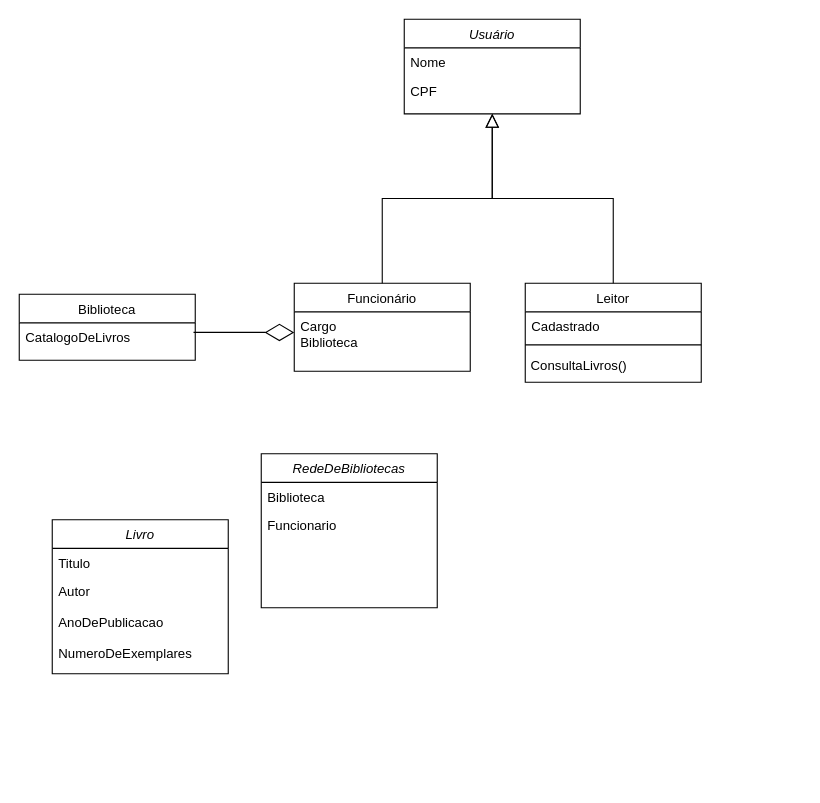
Earlier version of the draw.io diagram Diagrama sem nome.drawio (ValberOIiveira/Digix). Source tidied: cells renumbered, new cells numbered last; positions are measured from the earlier drawing's top-left corner, leaving out a move shared by most shapes. Both pictures are drawn from the tidied source at 110%, with x=0, y=0 at pixel (19, 19).
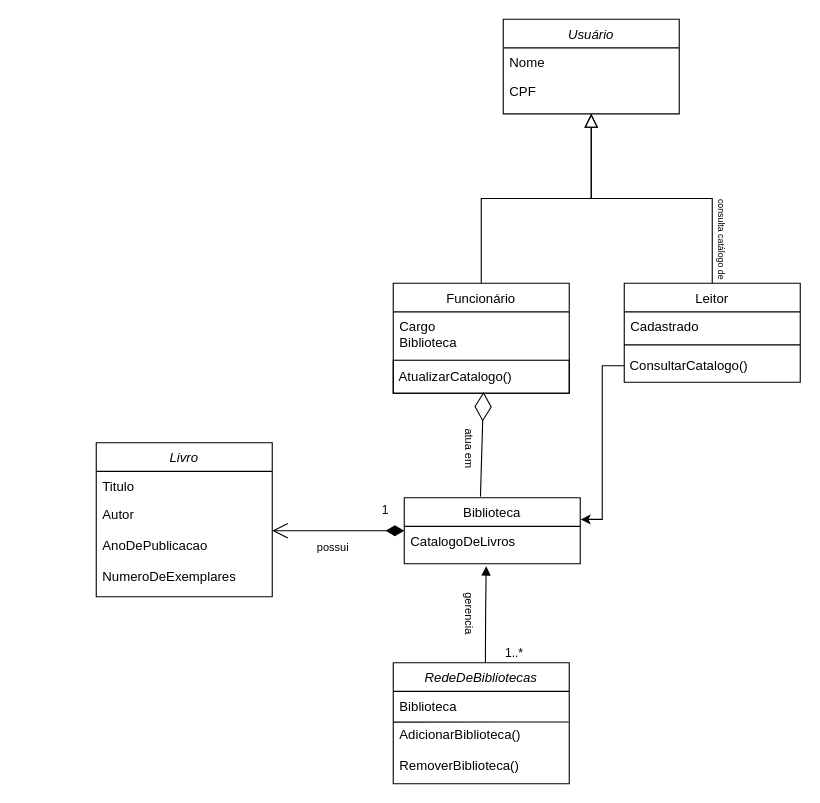
The same diagram, later.

Unchanged cells that the change refers to:
```xml
<mxCell id="16" value="CatalogoDeLivros" style="text;align=left;verticalAlign=top;spacingLeft=4;spacingRight=4;overflow=hidden;points=[[0,0.5],[1,0.5]];portConstraint=eastwest;" parent="15" vertex="1">
  <mxGeometry y="26" width="160" height="26" as="geometry" />
</mxCell>
<mxCell id="20" value="Autor&#10;&#10;AnoDePublicacao&#10;&#10;NumeroDeExemplares" style="text;align=left;verticalAlign=top;spacingLeft=4;spacingRight=4;overflow=hidden;points=[[0,0.5],[1,0.5]];portConstraint=eastwest;rounded=0;shadow=0;html=0;" parent="18" vertex="1">
  <mxGeometry y="52" width="160" height="88" as="geometry" />
</mxCell>
```

The edit, as a diff of the source:
```diff
@@
     <mxCell id="2" value="Usuário" style="swimlane;fontStyle=2;align=center;verticalAlign=top;horizontal=1;startSize=26;rounded=0;shadow=0;strokeWidth=1;swimlaneLine=1;" parent="1" vertex="1">
-      <mxGeometry x="350" width="160" height="86" as="geometry" />
+      <mxGeometry x="440" width="160" height="86" as="geometry" />
     </mxCell>
@@
     <mxCell id="6" value="Funcionário" style="swimlane;fontStyle=0;align=center;verticalAlign=top;horizontal=1;startSize=26;rounded=0;shadow=0;strokeWidth=1;" parent="1" vertex="1">
-      <mxGeometry x="250" y="240" width="160" height="80" as="geometry" />
+      <mxGeometry x="340" y="240" width="160" height="100" as="geometry" />
     </mxCell>
@@
+    <mxCell id="27" value="&amp;nbsp;AtualizarCatalogo()" style="text;html=1;align=left;verticalAlign=middle;points=[];strokeColor=default;fillColor=none;" parent="6" vertex="1">
+      <mxGeometry y="70" width="160" height="30" as="geometry" />
+    </mxCell>
@@
     <mxCell id="10" value="Leitor" style="swimlane;fontStyle=0;align=center;verticalAlign=top;horizontal=1;startSize=26;rounded=0;shadow=0;strokeWidth=1;" parent="1" vertex="1">
-      <mxGeometry x="460" y="240" width="160" height="90" as="geometry" />
+      <mxGeometry x="550" y="240" width="160" height="90" as="geometry" />
     </mxCell>
@@
-    <mxCell id="13" value="&amp;nbsp;ConsultaLivros()" style="text;html=1;align=left;verticalAlign=middle;points=[];strokeColor=none;fillColor=none;" parent="10" vertex="1">
+    <mxCell id="13" value="&amp;nbsp;ConsultarCatalogo()" style="text;html=1;align=left;verticalAlign=middle;points=[];strokeColor=none;fillColor=none;" parent="10" vertex="1">
       <mxGeometry y="60" width="160" height="30" as="geometry" />
     </mxCell>
@@
     <mxCell id="15" value="Biblioteca" style="swimlane;fontStyle=0;align=center;verticalAlign=top;horizontal=1;startSize=26;rounded=0;shadow=0;strokeWidth=1;" parent="1" vertex="1">
-      <mxGeometry y="250" width="160" height="60" as="geometry" />
+      <mxGeometry x="350" y="435" width="160" height="60" as="geometry" />
     </mxCell>
@@
     <mxCell id="18" value="Livro" style="swimlane;fontStyle=2;align=center;verticalAlign=top;horizontal=1;startSize=26;rounded=0;shadow=0;strokeWidth=1;swimlaneLine=1;" parent="1" vertex="1">
-      <mxGeometry x="30" y="455" width="160" height="140" as="geometry" />
+      <mxGeometry x="70" y="385" width="160" height="140" as="geometry" />
     </mxCell>
@@
-    <mxCell id="22" style="endArrow=diamondThin;endFill=0;endSize=24;html=1;rounded=0;exitX=0.99;exitY=0.333;exitDx=0;exitDy=0;exitPerimeter=0;" parent="1" edge="1" source="16">
-      <mxGeometry relative="1" as="geometry">
-        <mxPoint x="250" y="284.7" as="targetPoint" />
-      </mxGeometry>
+    <mxCell id="22" style="endArrow=diamondThin;endFill=0;endSize=24;html=1;rounded=0;exitX=0.433;exitY=-0.017;exitDx=0;exitDy=0;exitPerimeter=0;entryX=0.513;entryY=0.96;entryDx=0;entryDy=0;entryPerimeter=0;" parent="1" edge="1" source="15" target="27">
+      <mxGeometry relative="1" as="geometry" />
     </mxCell>
-    <mxCell id="23" value="RedeDeBibliotecas" style="swimlane;fontStyle=2;align=center;verticalAlign=top;horizontal=1;startSize=26;rounded=0;shadow=0;strokeWidth=1;swimlaneLine=1;" parent="1" vertex="1">
-      <mxGeometry x="220" y="395" width="160" height="140" as="geometry" />
+    <mxCell id="23" value="RedeDeBibliotecas" style="swimlane;fontStyle=2;align=center;verticalAlign=top;horizontal=1;startSize=26;rounded=0;shadow=0;strokeWidth=1;swimlaneLine=1;strokeColor=default;" parent="1" vertex="1">
+      <mxGeometry x="340" y="585" width="160" height="110" as="geometry" />
     </mxCell>
@@
-    <mxCell id="25" value="Funcionario&#10;&#10;&#10;&#10;" style="text;align=left;verticalAlign=top;spacingLeft=4;spacingRight=4;overflow=hidden;rounded=0;shadow=0;html=0;" parent="23" vertex="1">
-      <mxGeometry y="52" width="160" height="28" as="geometry" />
-    </mxCell>
     <mxCell id="26" style="line;html=1;strokeWidth=1;align=left;verticalAlign=middle;spacingTop=-1;spacingLeft=3;spacingRight=3;labelPosition=right;strokeColor=none;" parent="23" vertex="1">
-      <mxGeometry y="80" width="160" as="geometry" />
+      <mxGeometry y="52" width="160" as="geometry" />
     </mxCell>
+    <mxCell id="28" value="AdicionarBiblioteca()&#10;&#10;RemoverBiblioteca()" style="text;align=left;verticalAlign=top;spacingLeft=4;spacingRight=4;overflow=hidden;points=[[0,0.5],[1,0.5]];portConstraint=eastwest;rounded=0;shadow=0;html=0;strokeColor=none;" parent="23" vertex="1">
+      <mxGeometry y="52" width="160" height="50" as="geometry" />
+    </mxCell>
+    <mxCell id="29" style="endArrow=none;html=1;rounded=0;entryX=0.996;entryY=0.037;entryDx=0;entryDy=0;entryPerimeter=0;" parent="23" edge="1" target="28">
+      <mxGeometry relative="1" as="geometry">
+        <mxPoint y="54" as="sourcePoint" />
+      </mxGeometry>
+    </mxCell>
+    <mxCell id="30" style="endArrow=block;endFill=1;html=1;edgeStyle=orthogonalEdgeStyle;align=left;verticalAlign=top;rounded=0;entryX=0.5;entryY=1;entryDx=0;entryDy=0;exitX=0.524;exitY=-0.007;exitDx=0;exitDy=0;exitPerimeter=0;" parent="1" edge="1" source="23">
+      <mxGeometry x="-1" relative="1" as="geometry">
+        <mxPoint x="424.5" y="497.2" as="targetPoint" />
+        <Array as="points">
+          <mxPoint x="424" y="576" />
+          <mxPoint x="424" y="537" />
+          <mxPoint x="425" y="537" />
+        </Array>
+      </mxGeometry>
+    </mxCell>
+    <mxCell id="31" value="1..*" style="edgeLabel;html=1;align=left;verticalAlign=bottom;" parent="30" vertex="1">
+      <mxGeometry x="-1" relative="1" as="geometry">
+        <mxPoint x="16" as="offset" />
+      </mxGeometry>
+    </mxCell>
+    <mxCell id="32" value="1" style="endArrow=open;html=1;endSize=12;startArrow=diamondThin;startSize=14;startFill=1;edgeStyle=orthogonalEdgeStyle;align=left;verticalAlign=bottom;rounded=0;" parent="1" edge="1" source="16" target="20">
+      <mxGeometry x="-0.64" y="-10" relative="1" as="geometry">
+        <Array as="points">
+          <mxPoint x="320" y="465" />
+          <mxPoint x="320" y="465" />
+        </Array>
+      </mxGeometry>
+    </mxCell>
+    <mxCell id="33" value="&lt;font style=&quot;font-size: 10px;&quot;&gt;possui&lt;/font&gt;" style="text;html=1;align=center;verticalAlign=middle;strokeColor=none;fillColor=none;rotation=0;" parent="1" vertex="1">
+      <mxGeometry x="260" y="465" width="50" height="30" as="geometry" />
+    </mxCell>
+    <mxCell id="34" value="&lt;font style=&quot;font-size: 10px;&quot;&gt;atua em&lt;/font&gt;" style="text;html=1;align=center;verticalAlign=middle;strokeColor=none;fillColor=none;rotation=90;" parent="1" vertex="1">
+      <mxGeometry x="380" y="375" width="60" height="30" as="geometry" />
+    </mxCell>
+    <mxCell id="35" value="&lt;font style=&quot;font-size: 10px;&quot;&gt;gerencia&lt;/font&gt;" style="text;html=1;align=center;verticalAlign=middle;strokeColor=none;fillColor=none;rotation=90;" parent="1" vertex="1">
+      <mxGeometry x="380" y="525" width="60" height="30" as="geometry" />
+    </mxCell>
+    <mxCell id="36" value="&lt;font style=&quot;font-size: 8px;&quot;&gt;consulta catálogo de&lt;/font&gt;" style="text;html=1;align=center;verticalAlign=middle;strokeColor=none;fillColor=none;rotation=90;" parent="1" vertex="1">
+      <mxGeometry x="590" y="185" width="100" height="30" as="geometry" />
+    </mxCell>
+    <mxCell id="37" style="edgeStyle=orthogonalEdgeStyle;rounded=0;jettySize=auto;html=1;entryX=1.003;entryY=0.328;entryDx=0;entryDy=0;entryPerimeter=0;" parent="1" edge="1" source="13" target="15">
+      <mxGeometry relative="1" as="geometry" />
+    </mxCell>
```
